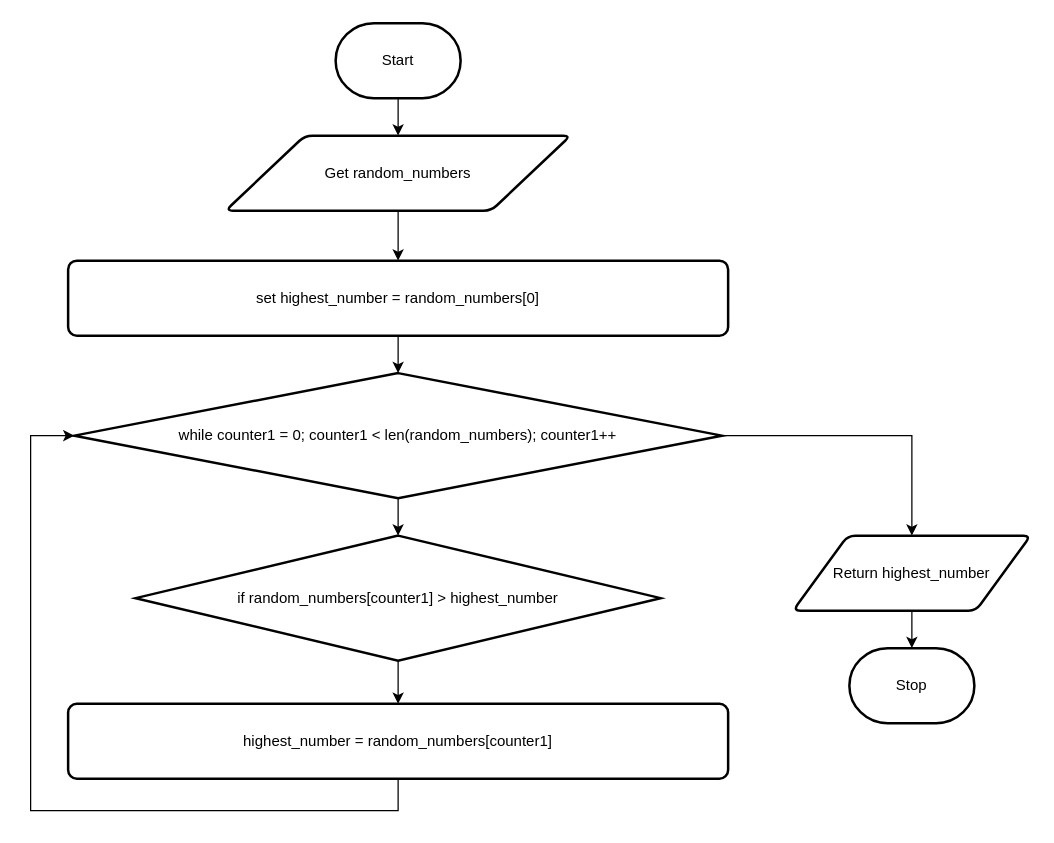
Samuel-Webster-178/ICS3U-Unit6-Unit6-02-Python keeps this draw.io diagram as page "Flowchart" (1 of 2) of design.drawio. Above is the earlier version. Source tidied: cells renumbered, new cells numbered last; positions are measured from the earlier drawing's top-left corner, leaving out a move shared by most shapes. Both pictures are drawn from the tidied source at 125%, with x=0, y=0 at pixel (30, 22).
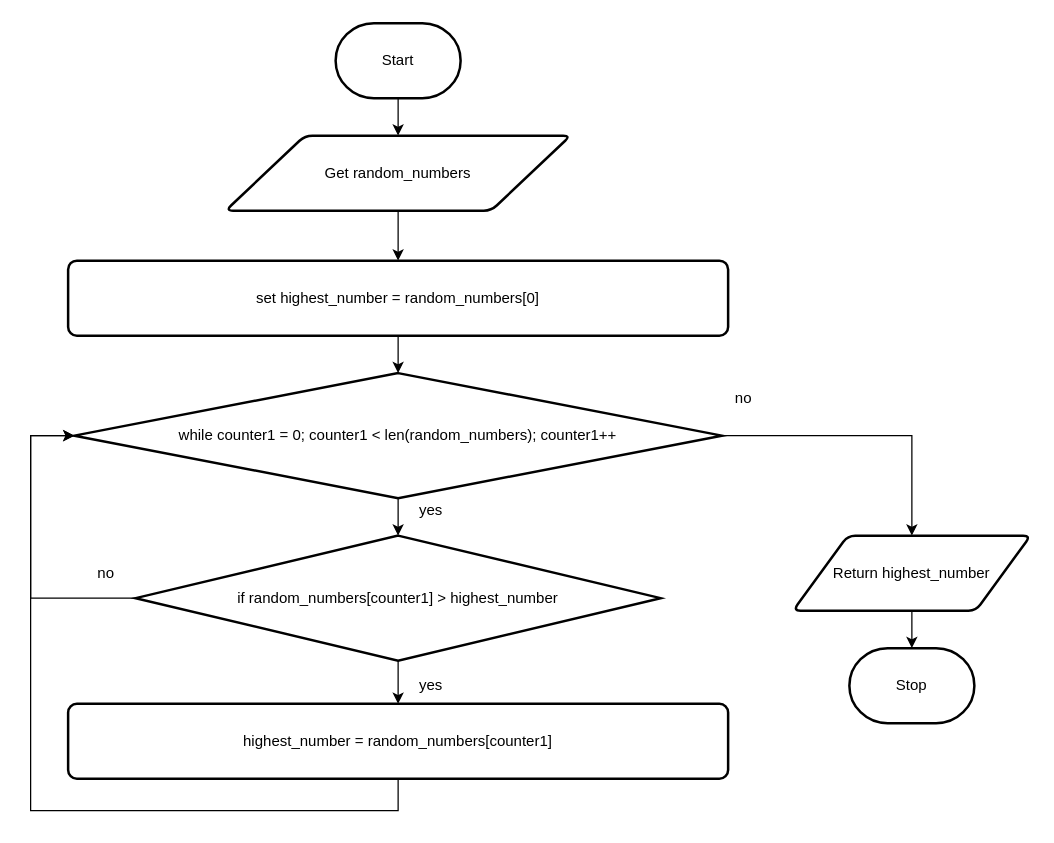
Above is the later version.

The change refers to these unchanged cells:
```xml
<mxCell id="13" value="while counter1 = 0; counter1 &amp;lt; len(random_numbers); counter1++" style="strokeWidth=2;html=1;shape=mxgraph.flowchart.decision;whiteSpace=wrap;" parent="1" vertex="1">
  <mxGeometry x="35" y="280" width="518" height="100" as="geometry" />
</mxCell>
<mxCell id="15" value="if random_numbers[counter1] &amp;gt; highest_number" style="strokeWidth=2;html=1;shape=mxgraph.flowchart.decision;whiteSpace=wrap;" parent="1" vertex="1">
  <mxGeometry x="84" y="410" width="420" height="100" as="geometry" />
</mxCell>
```

The edit, as a diff of the source:
```diff
@@
+    <mxCell id="18" style="edgeStyle=orthogonalEdgeStyle;html=1;entryX=0;entryY=0.5;entryDx=0;entryDy=0;entryPerimeter=0;rounded=0;" parent="1" edge="1" source="15" target="13">
+      <mxGeometry relative="1" as="geometry">
+        <Array as="points">
+          <mxPoint y="460" />
+          <mxPoint y="330" />
+        </Array>
+      </mxGeometry>
+    </mxCell>
@@
+    <mxCell id="19" value="yes" style="text;html=1;align=center;verticalAlign=middle;strokeColor=none;fillColor=none;" parent="1" vertex="1">
+      <mxGeometry x="305" y="380" width="30" height="20" as="geometry" />
+    </mxCell>
+    <mxCell id="20" value="no" style="text;html=1;align=center;verticalAlign=middle;strokeColor=none;fillColor=none;" parent="1" vertex="1">
+      <mxGeometry x="555" y="290" width="30" height="20" as="geometry" />
+    </mxCell>
+    <mxCell id="21" value="yes" style="text;html=1;align=center;verticalAlign=middle;strokeColor=none;fillColor=none;" parent="1" vertex="1">
+      <mxGeometry x="305" y="520" width="30" height="20" as="geometry" />
+    </mxCell>
+    <mxCell id="22" value="no" style="text;html=1;align=center;verticalAlign=middle;strokeColor=none;fillColor=none;" parent="1" vertex="1">
+      <mxGeometry x="45" y="430" width="30" height="20" as="geometry" />
+    </mxCell>
```
